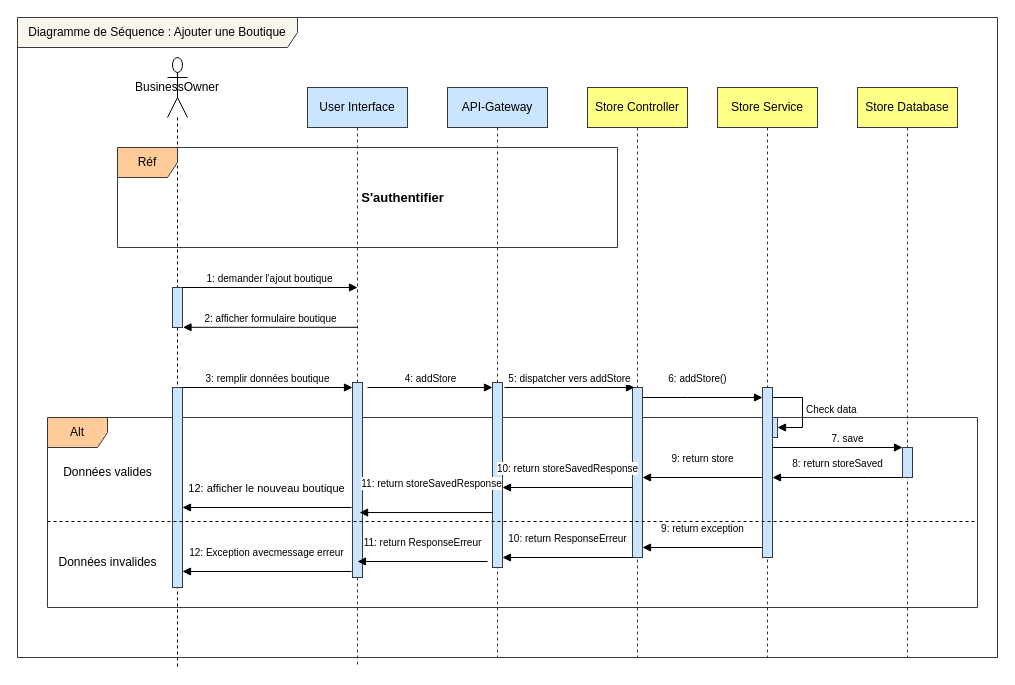
The draw.io diagram ajouter-store.drawio in amine-elarass49/angular_doc, before the edit. Source tidied: cells renumbered, new cells numbered last; positions are measured from the earlier drawing's top-left corner, leaving out a move shared by most shapes. Both pictures are drawn from the tidied source at 100%, with x=0, y=0 at pixel (17, 17).
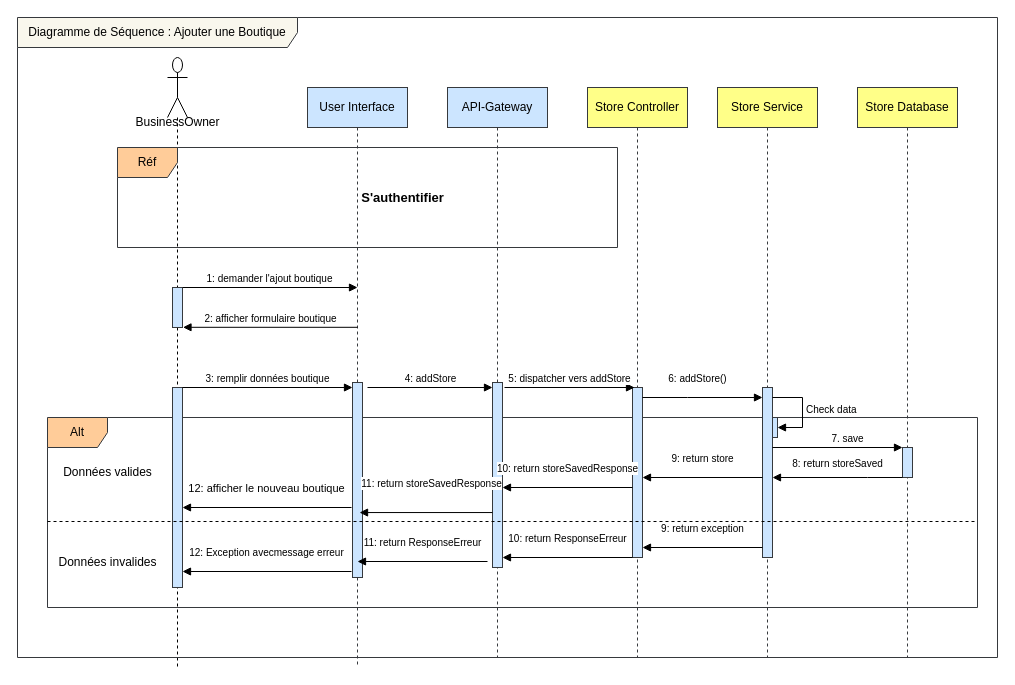
After the change.

What changed in the source:
```diff
@@
-    <mxCell id="3" value="BusinessOwner" style="shape=umlLifeline;perimeter=lifelinePerimeter;whiteSpace=wrap;html=1;newEdgeStyle={&quot;curved&quot;:0,&quot;rounded&quot;:0};participant=umlActor;size=60;" parent="1" vertex="1">
+    <mxCell id="3" style="shape=umlLifeline;perimeter=lifelinePerimeter;whiteSpace=wrap;html=1;newEdgeStyle={&quot;curved&quot;:0,&quot;rounded&quot;:0};participant=umlActor;size=60;" parent="1" vertex="1">
       <mxGeometry x="150" y="40" width="20" height="610" as="geometry" />
     </mxCell>
@@
+    <mxCell id="41" value="BusinessOwner" style="text;html=1;align=center;verticalAlign=middle;strokeColor=none;fillColor=none;" parent="1" vertex="1">
+      <mxGeometry x="105" y="90" width="110" height="30" as="geometry" />
+    </mxCell>
```
